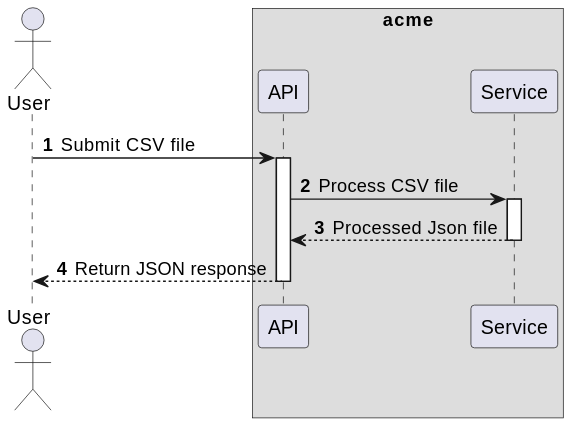
mulecode/file-service-poc keeps this PlantUML diagram as docs/img/UC:Upload-and-Process-CSV-Data.svg. Above is the earlier version. The source it was exported from:
```plantuml
@startuml

autonumber

actor User
box "acme"
    participant API
    participant Service
end box

User -> API: Submit CSV file
activate API
API -> Service: Process CSV file
activate Service
Service --> API: Processed Json file
deactivate Service
API --> User: Return JSON response
deactivate API
@enduml
```
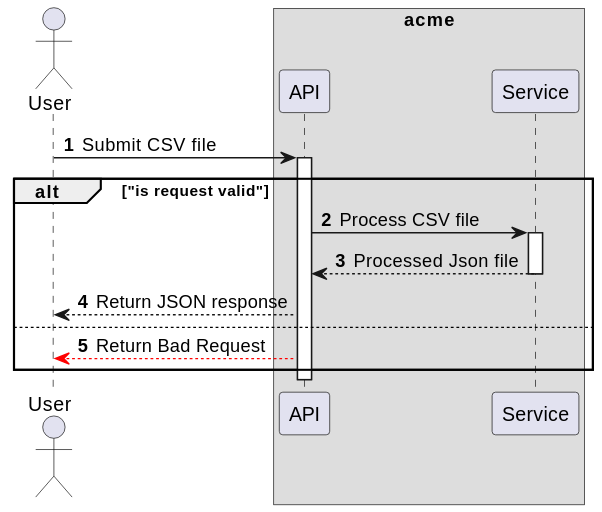
The same diagram one commit later.

Commit message:
Update documentation so use case can reflect what was implemented (#17)

The edit, as a diff of the source:
```diff
@@ -10,10 +10,16 @@
 
 User -> API: Submit CSV file
 activate API
-API -> Service: Process CSV file
-activate Service
-Service --> API: Processed Json file
-deactivate Service
-API --> User: Return JSON response
+
+alt "is request valid"
+    API -> Service: Process CSV file
+    activate Service
+    Service --> API: Processed Json file
+    deactivate Service
+    API --> User: Return JSON response
+else
+API -[#red]->  User: Return Bad Request
+end alt
+
 deactivate API
 @enduml
```
